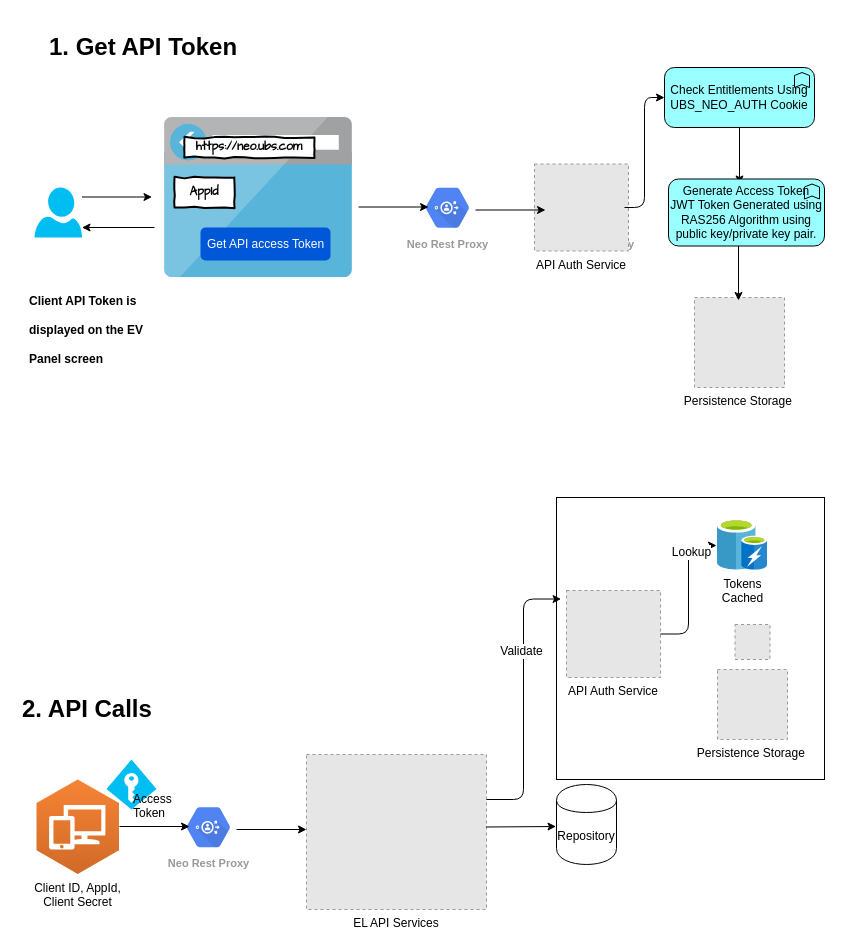
The draw.io diagram ModifiedTokenGeneration.drawio in kpbindu/Diagrams, before the edit. Source tidied: cells renumbered, new cells numbered last; positions are measured from the earlier drawing's top-left corner, leaving out a move shared by most shapes. Both pictures are drawn from the tidied source at 100%, with x=0, y=0 at pixel (17, 27). Pictures stored in the file or linked from it are replaced by grey dashed boxes.
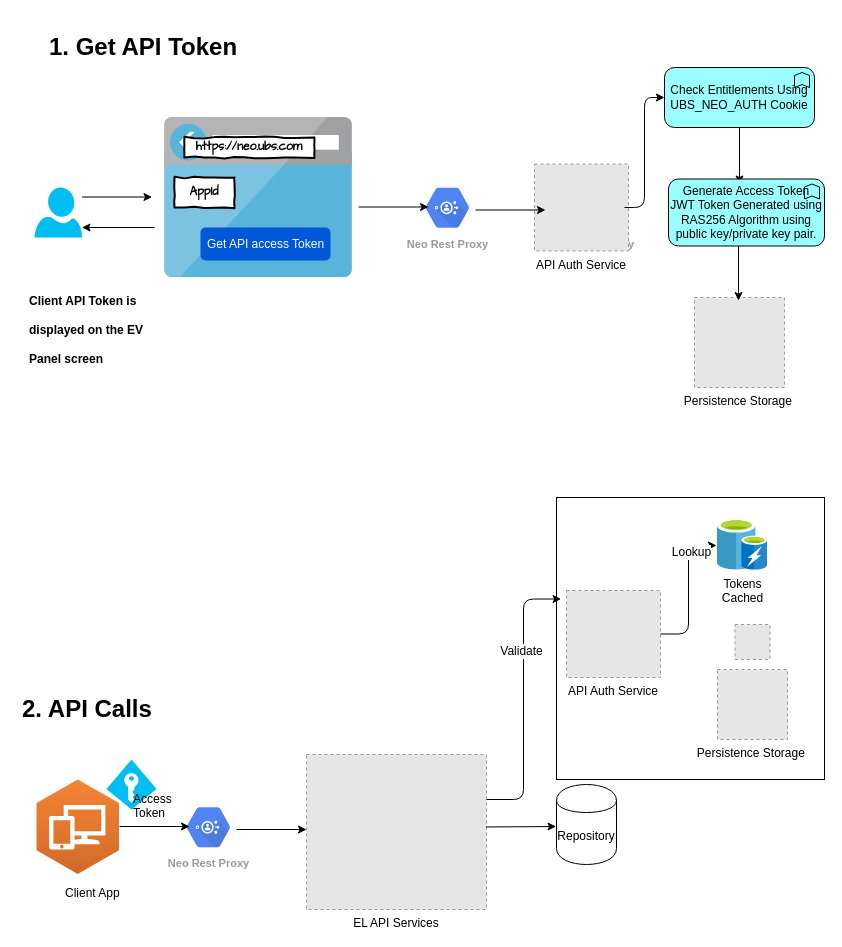
The same page after the edit.

Change to the diagram source:
```diff
@@
-    <mxCell id="22" value="Client ID, AppId,&lt;br&gt;Client Secret" style="dashed=0;verticalLabelPosition=bottom;verticalAlign=top;align=center;html=1;shape=mxgraph.aws3.workspaces;fillColor=#D16A28;gradientColor=#F58435;gradientDirection=north;" parent="1" vertex="1">
+    <mxCell id="22" style="dashed=0;verticalLabelPosition=bottom;verticalAlign=top;align=center;html=1;shape=mxgraph.aws3.workspaces;fillColor=#D16A28;gradientColor=#F58435;gradientDirection=north;" parent="1" vertex="1">
       <mxGeometry x="19" y="752" width="82.5" height="94.5" as="geometry" />
     </mxCell>
@@
+    <mxCell id="41" value="Client App" style="text;html=1;align=left;verticalAlign=top;spacingTop=-4;" parent="1" vertex="1">
+      <mxGeometry x="46" y="856" width="70" height="20" as="geometry" />
+    </mxCell>
```
